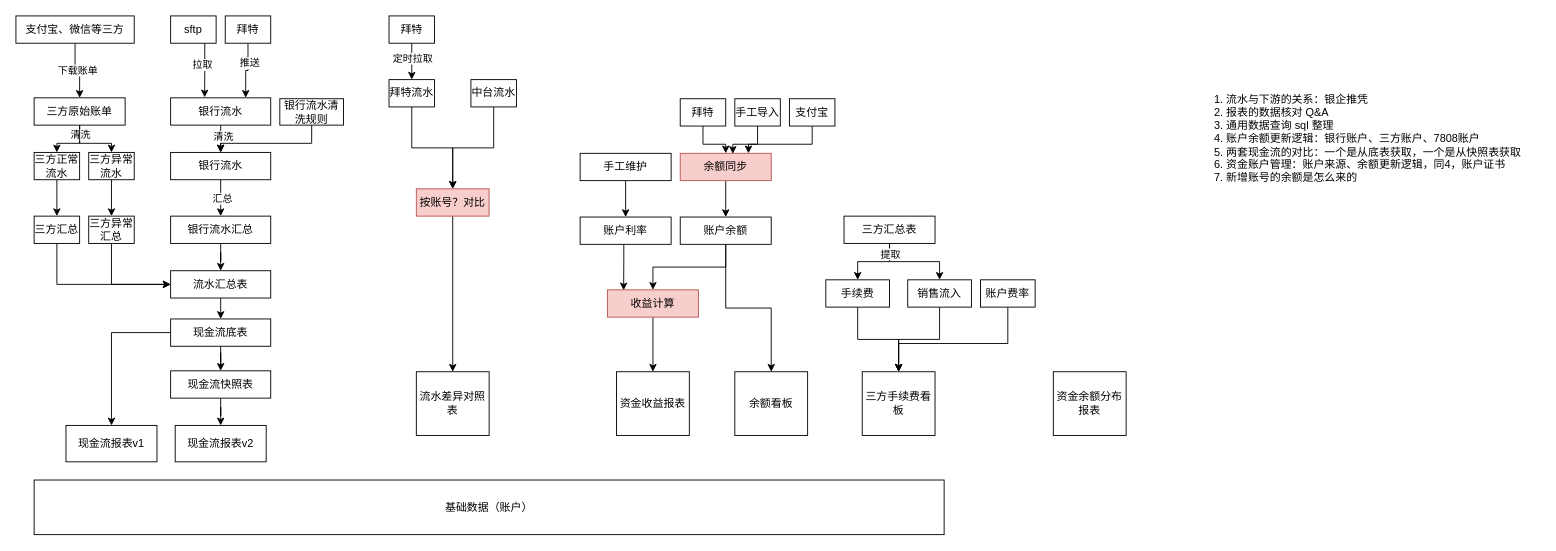
Earlier version of the draw.io diagram page "第 2 页" (2 of 4) of 流程图/work_bankFlow.drawio (491705331/personal-notes). Source tidied: cells renumbered, new cells numbered last; positions are measured from the earlier drawing's top-left corner, leaving out a move shared by most shapes. Both pictures are drawn from the tidied source at 91%, with x=0, y=0 at pixel (15, 15).
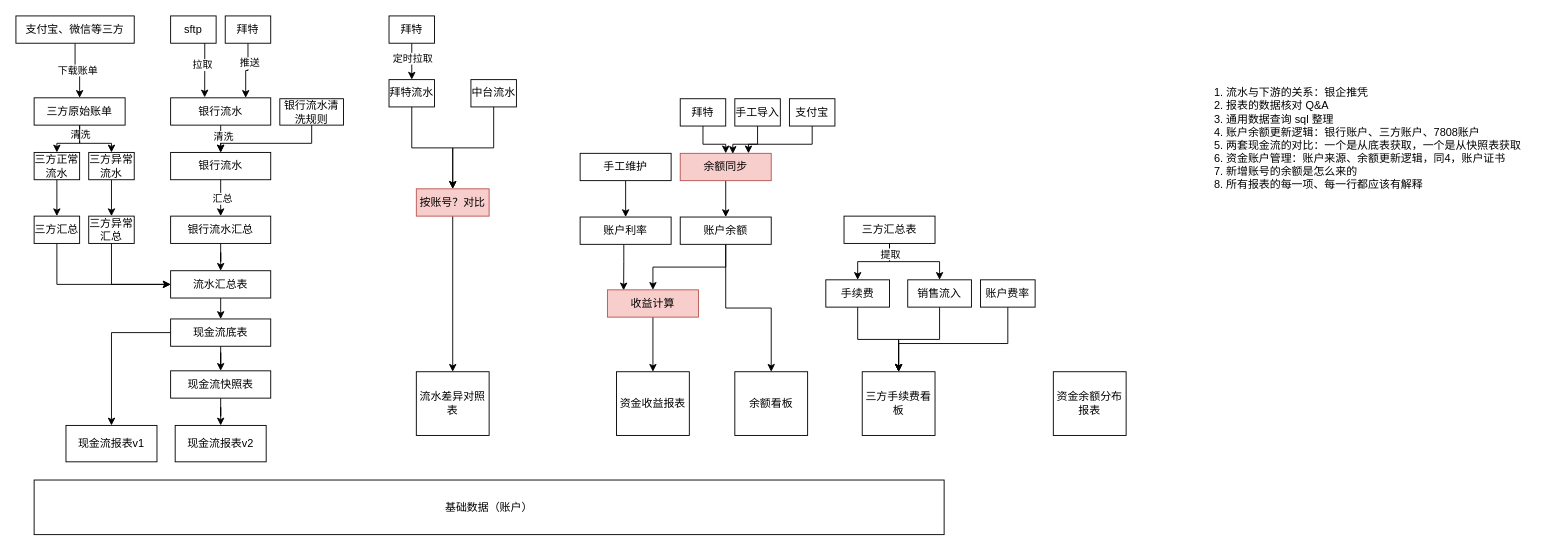
The same page after the edit.

What changed in the source:
```diff
@@
-    <mxCell id="79" value="1. 流水与下游的关系：银企推凭&lt;div&gt;2. 报表的数据核对 Q&amp;amp;A&lt;/div&gt;&lt;div&gt;3. 通用数据查询 sql 整理&lt;/div&gt;&lt;div&gt;4. 账户余额更新逻辑：银行账户、三方账户、7808账户&lt;/div&gt;&lt;div&gt;5. 两套现金流的对比：一个是从底表获取，一个是从快照表获取&lt;/div&gt;&lt;div&gt;6. 资金账户管理：账户来源、余额更新逻辑，同4，账户证书&lt;/div&gt;&lt;div&gt;7. 新增账号的余额是怎么来的&lt;/div&gt;" style="text;html=1;align=left;verticalAlign=middle;strokeColor=none;fillColor=none;" parent="1" vertex="1">
-      <mxGeometry x="1315" y="80" width="360" height="110" as="geometry" />
+    <mxCell id="79" value="1. 流水与下游的关系：银企推凭&lt;div&gt;2. 报表的数据核对 Q&amp;amp;A&lt;/div&gt;&lt;div&gt;3. 通用数据查询 sql 整理&lt;/div&gt;&lt;div&gt;4. 账户余额更新逻辑：银行账户、三方账户、7808账户&lt;/div&gt;&lt;div&gt;5. 两套现金流的对比：一个是从底表获取，一个是从快照表获取&lt;/div&gt;&lt;div&gt;6. 资金账户管理：账户来源、余额更新逻辑，同4，账户证书&lt;/div&gt;&lt;div&gt;7. 新增账号的余额是怎么来的&lt;/div&gt;&lt;div&gt;8. 所有报表的每一项、每一行都应该有解释&lt;/div&gt;" style="text;html=1;align=left;verticalAlign=middle;strokeColor=none;fillColor=none;" parent="1" vertex="1">
+      <mxGeometry x="1315" y="70" width="360" height="130" as="geometry" />
     </mxCell>
```
